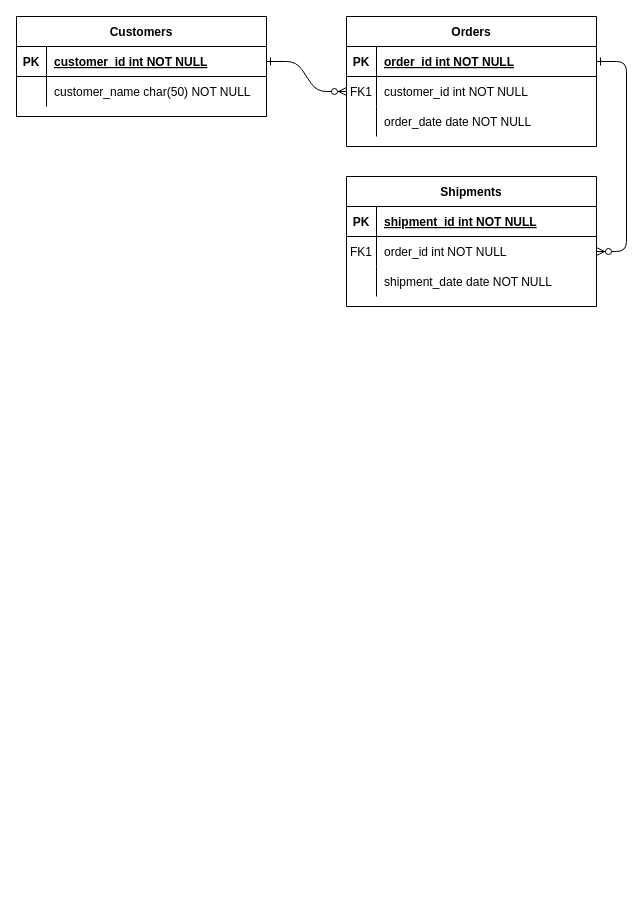
Earlier version of the draw.io diagram Untitled Diagram.drawio (SaadiahMK/Car-Dealer). Source tidied: cells renumbered, new cells numbered last; positions are measured from the earlier drawing's top-left corner, leaving out a move shared by most shapes. Both pictures are drawn from the tidied source at 100%, with x=0, y=0 at pixel (16, 16).
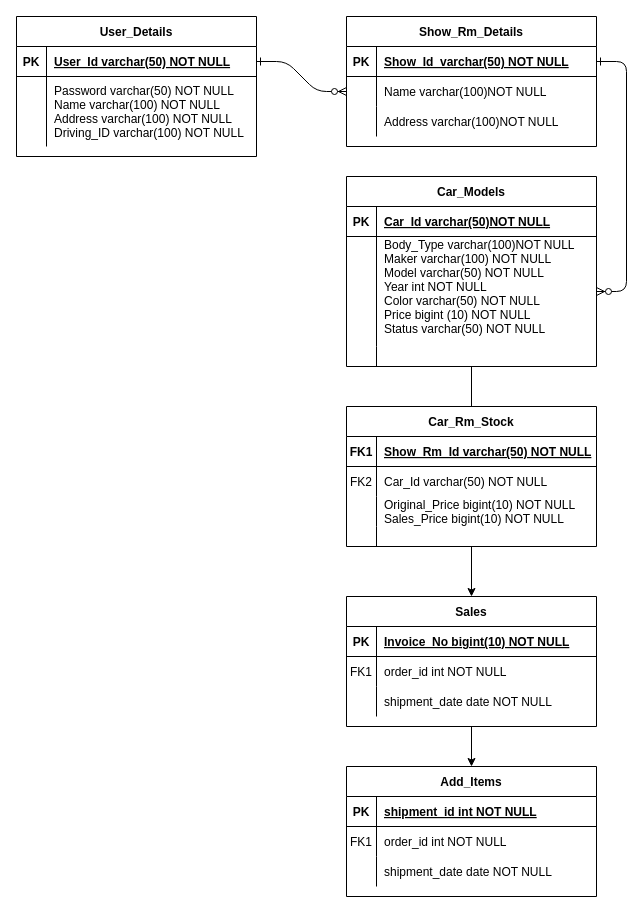
The same page after the edit.

The change refers to these unchanged cells:
```xml
<mxCell id="5" style="shape=partialRectangle;fillColor=none;points=[[0,0.5],[1,0.5]];portConstraint=eastwest;top=0;left=0;right=0;bottom=1;" parent="4" vertex="1">
  <mxGeometry y="30" width="250" height="30" as="geometry" />
</mxCell>
<mxCell id="8" style="shape=partialRectangle;fillColor=none;points=[[0,0.5],[1,0.5]];portConstraint=eastwest;top=0;left=0;right=0;bottom=0;" parent="4" vertex="1">
  <mxGeometry y="60" width="250" height="30" as="geometry" />
</mxCell>
<mxCell id="11" style="shape=partialRectangle;fillColor=none;top=0;left=0;right=0;bottom=0;" parent="4" vertex="1">
  <mxGeometry y="90" width="250" height="30" as="geometry" />
</mxCell>
<mxCell id="15" style="shape=partialRectangle;fillColor=none;top=0;left=0;right=0;bottom=1;" parent="14" vertex="1">
  <mxGeometry y="30" width="250" height="30" as="geometry" />
</mxCell>
```

Diff of the diagram source:
```diff
@@
-    <mxCell id="4" value="Orders" style="shape=table;startSize=30;childLayout=tableLayout;rowLines=0;fontStyle=1;align=center;" parent="1" vertex="1">
+    <mxCell id="4" value="Show_Rm_Details" style="shape=table;startSize=30;childLayout=tableLayout;rowLines=0;fontStyle=1;align=center;" parent="1" vertex="1">
       <mxGeometry x="330" width="250" height="130" as="geometry" />
     </mxCell>
@@
-    <mxCell id="7" value="order_id int NOT NULL " style="shape=partialRectangle;overflow=hidden;fillColor=none;top=0;left=0;bottom=0;right=0;align=left;spacingLeft=6;fontStyle=5;" parent="5" vertex="1">
+    <mxCell id="7" value="Show_Id  varchar(50) NOT NULL " style="shape=partialRectangle;overflow=hidden;fillColor=none;top=0;left=0;bottom=0;right=0;align=left;spacingLeft=6;fontStyle=5;" parent="5" vertex="1">
       <mxGeometry x="30" width="220" height="30" as="geometry" />
     </mxCell>
@@
-    <mxCell id="9" value="FK1" style="shape=partialRectangle;overflow=hidden;fillColor=none;top=0;left=0;bottom=0;right=0;" parent="8" vertex="1">
+    <mxCell id="9" style="shape=partialRectangle;overflow=hidden;fillColor=none;top=0;left=0;bottom=0;right=0;" parent="8" vertex="1">
       <mxGeometry width="30" height="30" as="geometry" />
     </mxCell>
-    <mxCell id="10" value="customer_id int NOT NULL" style="shape=partialRectangle;overflow=hidden;fillColor=none;top=0;left=0;bottom=0;right=0;align=left;spacingLeft=6;" parent="8" vertex="1">
+    <mxCell id="10" value="Name varchar(100)NOT NULL" style="shape=partialRectangle;overflow=hidden;fillColor=none;top=0;left=0;bottom=0;right=0;align=left;spacingLeft=6;" parent="8" vertex="1">
       <mxGeometry x="30" width="220" height="30" as="geometry" />
     </mxCell>
@@
-    <mxCell id="13" value="order_date date NOT NULL" style="shape=partialRectangle;overflow=hidden;fillColor=none;top=0;left=0;bottom=0;right=0;align=left;spacingLeft=6;" parent="11" vertex="1">
+    <mxCell id="13" value="Address varchar(100)NOT NULL" style="shape=partialRectangle;overflow=hidden;fillColor=none;top=0;left=0;bottom=0;right=0;align=left;spacingLeft=6;" parent="11" vertex="1">
       <mxGeometry x="30" width="220" height="30" as="geometry" />
     </mxCell>
+    <mxCell id="31" style="edgeStyle=none;rounded=0;jettySize=auto;html=1;exitX=0.5;exitY=1;exitDx=0;exitDy=0;" parent="1" edge="1" source="14">
+      <mxGeometry relative="1" as="geometry">
+        <mxPoint x="455" y="350" as="targetPoint" />
+      </mxGeometry>
+    </mxCell>
+    <mxCell id="32" style="rounded=0;jettySize=auto;html=1;" parent="1" edge="1" target="56">
+      <mxGeometry relative="1" as="geometry">
+        <mxPoint x="455" y="350" as="sourcePoint" />
+      </mxGeometry>
+    </mxCell>
-    <mxCell id="14" value="Shipments" style="shape=table;startSize=30;childLayout=tableLayout;rowLines=0;fontStyle=1;align=center;" parent="1" vertex="1">
-      <mxGeometry x="330" y="160" width="250" height="130" as="geometry" />
+    <mxCell id="14" value="Car_Models" style="shape=table;startSize=30;childLayout=tableLayout;rowLines=0;fontStyle=1;align=center;" parent="1" vertex="1">
+      <mxGeometry x="330" y="160" width="250" height="190" as="geometry" />
     </mxCell>
@@
-    <mxCell id="17" value="shipment_id int NOT NULL " style="shape=partialRectangle;overflow=hidden;fillColor=none;top=0;left=0;bottom=0;right=0;align=left;spacingLeft=6;fontStyle=5;" parent="15" vertex="1">
+    <mxCell id="17" value="Car_Id varchar(50)NOT NULL " style="shape=partialRectangle;overflow=hidden;fillColor=none;top=0;left=0;bottom=0;right=0;align=left;spacingLeft=6;fontStyle=5;" parent="15" vertex="1">
       <mxGeometry x="30" width="220" height="30" as="geometry" />
     </mxCell>
     <mxCell id="18" style="shape=partialRectangle;fillColor=none;points=[[0,0.5],[1,0.5]];portConstraint=eastwest;top=0;left=0;right=0;bottom=0;" parent="14" vertex="1">
-      <mxGeometry y="60" width="250" height="30" as="geometry" />
+      <mxGeometry y="60" width="250" height="110" as="geometry" />
     </mxCell>
-    <mxCell id="19" value="FK1" style="shape=partialRectangle;overflow=hidden;fillColor=none;top=0;left=0;bottom=0;right=0;" parent="18" vertex="1">
-      <mxGeometry width="30" height="30" as="geometry" />
+    <mxCell id="19" style="shape=partialRectangle;overflow=hidden;fillColor=none;top=0;left=0;bottom=0;right=0;" parent="18" vertex="1">
+      <mxGeometry width="30" height="110" as="geometry" />
     </mxCell>
-    <mxCell id="20" value="order_id int NOT NULL" style="shape=partialRectangle;overflow=hidden;fillColor=none;top=0;left=0;bottom=0;right=0;align=left;spacingLeft=6;" parent="18" vertex="1">
-      <mxGeometry x="30" width="220" height="30" as="geometry" />
+    <mxCell id="20" value="Body_Type varchar(100)NOT NULL&#10;Maker varchar(100) NOT NULL&#10;Model varchar(50) NOT NULL&#10;Year int NOT NULL&#10;Color varchar(50) NOT NULL&#10;Price bigint (10) NOT NULL&#10;Status varchar(50) NOT NULL&#10;&#10;&#10;" style="shape=partialRectangle;overflow=hidden;fillColor=none;top=0;left=0;bottom=0;right=0;align=left;spacingLeft=6;" parent="18" vertex="1">
+      <mxGeometry x="30" width="220" height="110" as="geometry" />
     </mxCell>
     <mxCell id="21" style="shape=partialRectangle;fillColor=none;top=0;left=0;right=0;bottom=0;" parent="14" vertex="1">
-      <mxGeometry y="90" width="250" height="30" as="geometry" />
+      <mxGeometry y="170" width="250" height="20" as="geometry" />
     </mxCell>
     <mxCell id="22" style="shape=partialRectangle;overflow=hidden;fillColor=none;top=0;left=0;bottom=0;right=0;" parent="21" vertex="1">
-      <mxGeometry width="30" height="30" as="geometry" />
+      <mxGeometry width="30" height="20" as="geometry" />
     </mxCell>
-    <mxCell id="23" value="shipment_date date NOT NULL" style="shape=partialRectangle;overflow=hidden;fillColor=none;top=0;left=0;bottom=0;right=0;align=left;spacingLeft=6;" parent="21" vertex="1">
-      <mxGeometry x="30" width="220" height="30" as="geometry" />
+    <mxCell id="23" style="shape=partialRectangle;overflow=hidden;fillColor=none;top=0;left=0;bottom=0;right=0;align=left;spacingLeft=6;" parent="21" vertex="1">
+      <mxGeometry x="30" width="220" height="20" as="geometry" />
     </mxCell>
-    <mxCell id="24" value="Customers" style="shape=table;startSize=30;childLayout=tableLayout;rowLines=0;fontStyle=1;align=center;" parent="1" vertex="1">
-      <mxGeometry width="250" height="100" as="geometry" />
+    <mxCell id="24" value="User_Details" style="shape=table;startSize=30;childLayout=tableLayout;rowLines=0;fontStyle=1;align=center;" parent="1" vertex="1">
+      <mxGeometry width="240" height="140" as="geometry" />
     </mxCell>
     <mxCell id="25" style="shape=partialRectangle;fillColor=none;points=[[0,0.5],[1,0.5]];portConstraint=eastwest;top=0;left=0;right=0;bottom=1;" parent="24" vertex="1">
-      <mxGeometry y="30" width="250" height="30" as="geometry" />
+      <mxGeometry y="30" width="240" height="30" as="geometry" />
     </mxCell>
@@
-    <mxCell id="27" value="customer_id int NOT NULL " style="shape=partialRectangle;overflow=hidden;fillColor=none;top=0;left=0;bottom=0;right=0;align=left;spacingLeft=6;fontStyle=5;" parent="25" vertex="1">
-      <mxGeometry x="30" width="220" height="30" as="geometry" />
+    <mxCell id="27" value="User_Id varchar(50) NOT NULL" style="shape=partialRectangle;overflow=hidden;fillColor=none;top=0;left=0;bottom=0;right=0;align=left;spacingLeft=6;fontStyle=5;" parent="25" vertex="1">
+      <mxGeometry x="30" width="210" height="30" as="geometry" />
     </mxCell>
     <mxCell id="28" style="shape=partialRectangle;fillColor=none;top=0;left=0;right=0;bottom=0;" parent="24" vertex="1">
-      <mxGeometry y="60" width="250" height="30" as="geometry" />
+      <mxGeometry y="60" width="240" height="70" as="geometry" />
     </mxCell>
     <mxCell id="29" style="shape=partialRectangle;overflow=hidden;fillColor=none;top=0;left=0;bottom=0;right=0;" parent="28" vertex="1">
-      <mxGeometry width="30" height="30" as="geometry" />
+      <mxGeometry width="30" height="70" as="geometry" />
     </mxCell>
-    <mxCell id="30" value="customer_name char(50) NOT NULL" style="shape=partialRectangle;overflow=hidden;fillColor=none;top=0;left=0;bottom=0;right=0;align=left;spacingLeft=6;" parent="28" vertex="1">
-      <mxGeometry x="30" width="220" height="30" as="geometry" />
+    <mxCell id="30" value="Password varchar(50) NOT NULL&#10;Name varchar(100) NOT NULL&#10;Address varchar(100) NOT NULL&#10;Driving_ID varchar(100) NOT NULL" style="shape=partialRectangle;overflow=hidden;fillColor=none;top=0;left=0;bottom=0;right=0;align=left;spacingLeft=6;" parent="28" vertex="1">
+      <mxGeometry x="30" width="210" height="70" as="geometry" />
     </mxCell>
+    <mxCell id="33" style="edgeStyle=none;rounded=0;jettySize=auto;html=1;" parent="1" edge="1" source="34">
+      <mxGeometry relative="1" as="geometry">
+        <mxPoint x="455" y="750" as="targetPoint" />
+      </mxGeometry>
+    </mxCell>
+    <mxCell id="34" value="Sales" style="shape=table;startSize=30;childLayout=tableLayout;rowLines=0;fontStyle=1;align=center;" parent="1" vertex="1">
+      <mxGeometry x="330" y="580" width="250" height="130" as="geometry" />
+    </mxCell>
+    <mxCell id="35" style="shape=partialRectangle;fillColor=none;top=0;left=0;right=0;bottom=1;" parent="34" vertex="1">
+      <mxGeometry y="30" width="250" height="30" as="geometry" />
+    </mxCell>
+    <mxCell id="36" value="PK" style="shape=partialRectangle;overflow=hidden;fillColor=none;top=0;left=0;bottom=0;right=0;fontStyle=1;" parent="35" vertex="1">
+      <mxGeometry width="30" height="30" as="geometry" />
+    </mxCell>
+    <mxCell id="37" value="Invoice_No bigint(10) NOT NULL" style="shape=partialRectangle;overflow=hidden;fillColor=none;top=0;left=0;bottom=0;right=0;align=left;spacingLeft=6;fontStyle=5;" parent="35" vertex="1">
+      <mxGeometry x="30" width="220" height="30" as="geometry" />
+    </mxCell>
+    <mxCell id="38" style="shape=partialRectangle;fillColor=none;top=0;left=0;right=0;bottom=0;" parent="34" vertex="1">
+      <mxGeometry y="60" width="250" height="30" as="geometry" />
+    </mxCell>
+    <mxCell id="39" value="FK1" style="shape=partialRectangle;overflow=hidden;fillColor=none;top=0;left=0;bottom=0;right=0;" parent="38" vertex="1">
+      <mxGeometry width="30" height="30" as="geometry" />
+    </mxCell>
+    <mxCell id="40" value="order_id int NOT NULL" style="shape=partialRectangle;overflow=hidden;fillColor=none;top=0;left=0;bottom=0;right=0;align=left;spacingLeft=6;" parent="38" vertex="1">
+      <mxGeometry x="30" width="220" height="30" as="geometry" />
+    </mxCell>
+    <mxCell id="41" style="shape=partialRectangle;fillColor=none;top=0;left=0;right=0;bottom=0;" parent="34" vertex="1">
+      <mxGeometry y="90" width="250" height="30" as="geometry" />
+    </mxCell>
+    <mxCell id="42" style="shape=partialRectangle;overflow=hidden;fillColor=none;top=0;left=0;bottom=0;right=0;" parent="41" vertex="1">
+      <mxGeometry width="30" height="30" as="geometry" />
+    </mxCell>
+    <mxCell id="43" value="shipment_date date NOT NULL" style="shape=partialRectangle;overflow=hidden;fillColor=none;top=0;left=0;bottom=0;right=0;align=left;spacingLeft=6;" parent="41" vertex="1">
+      <mxGeometry x="30" width="220" height="30" as="geometry" />
+    </mxCell>
+    <mxCell id="44" value="Add_Items" style="shape=table;startSize=30;childLayout=tableLayout;rowLines=0;fontStyle=1;align=center;" parent="1" vertex="1">
+      <mxGeometry x="330" y="750" width="250" height="130" as="geometry" />
+    </mxCell>
+    <mxCell id="45" style="shape=partialRectangle;fillColor=none;top=0;left=0;right=0;bottom=1;" parent="44" vertex="1">
+      <mxGeometry y="30" width="250" height="30" as="geometry" />
+    </mxCell>
+    <mxCell id="46" value="PK" style="shape=partialRectangle;overflow=hidden;fillColor=none;top=0;left=0;bottom=0;right=0;fontStyle=1;" parent="45" vertex="1">
+      <mxGeometry width="30" height="30" as="geometry" />
+    </mxCell>
+    <mxCell id="47" value="shipment_id int NOT NULL " style="shape=partialRectangle;overflow=hidden;fillColor=none;top=0;left=0;bottom=0;right=0;align=left;spacingLeft=6;fontStyle=5;" parent="45" vertex="1">
+      <mxGeometry x="30" width="220" height="30" as="geometry" />
+    </mxCell>
+    <mxCell id="48" style="shape=partialRectangle;fillColor=none;top=0;left=0;right=0;bottom=0;" parent="44" vertex="1">
+      <mxGeometry y="60" width="250" height="30" as="geometry" />
+    </mxCell>
+    <mxCell id="49" value="FK1" style="shape=partialRectangle;overflow=hidden;fillColor=none;top=0;left=0;bottom=0;right=0;" parent="48" vertex="1">
+      <mxGeometry width="30" height="30" as="geometry" />
+    </mxCell>
+    <mxCell id="50" value="order_id int NOT NULL" style="shape=partialRectangle;overflow=hidden;fillColor=none;top=0;left=0;bottom=0;right=0;align=left;spacingLeft=6;" parent="48" vertex="1">
+      <mxGeometry x="30" width="220" height="30" as="geometry" />
+    </mxCell>
+    <mxCell id="51" style="shape=partialRectangle;fillColor=none;top=0;left=0;right=0;bottom=0;" parent="44" vertex="1">
+      <mxGeometry y="90" width="250" height="30" as="geometry" />
+    </mxCell>
+    <mxCell id="52" style="shape=partialRectangle;overflow=hidden;fillColor=none;top=0;left=0;bottom=0;right=0;" parent="51" vertex="1">
+      <mxGeometry width="30" height="30" as="geometry" />
+    </mxCell>
+    <mxCell id="53" value="shipment_date date NOT NULL" style="shape=partialRectangle;overflow=hidden;fillColor=none;top=0;left=0;bottom=0;right=0;align=left;spacingLeft=6;" parent="51" vertex="1">
+      <mxGeometry x="30" width="220" height="30" as="geometry" />
+    </mxCell>
+    <mxCell id="54" style="edgeStyle=none;rounded=0;jettySize=auto;html=1;" parent="1" edge="1" source="55">
+      <mxGeometry relative="1" as="geometry">
+        <mxPoint x="455" y="580" as="targetPoint" />
+      </mxGeometry>
+    </mxCell>
+    <mxCell id="55" value="Car_Rm_Stock" style="shape=table;startSize=30;childLayout=tableLayout;rowLines=0;fontStyle=1;align=center;" parent="1" vertex="1">
+      <mxGeometry x="330" y="390" width="250" height="140" as="geometry" />
+    </mxCell>
+    <mxCell id="56" style="shape=partialRectangle;fillColor=none;points=[[0,0.5],[1,0.5]];portConstraint=eastwest;top=0;left=0;right=0;bottom=1;" parent="55" vertex="1">
+      <mxGeometry y="30" width="250" height="30" as="geometry" />
+    </mxCell>
+    <mxCell id="57" value="FK1" style="shape=partialRectangle;overflow=hidden;fillColor=none;top=0;left=0;bottom=0;right=0;fontStyle=1;" parent="56" vertex="1">
+      <mxGeometry width="30" height="30" as="geometry" />
+    </mxCell>
+    <mxCell id="58" value="Show_Rm_Id varchar(50) NOT NULL" style="shape=partialRectangle;overflow=hidden;fillColor=none;top=0;left=0;bottom=0;right=0;align=left;spacingLeft=6;fontStyle=5;" parent="56" vertex="1">
+      <mxGeometry x="30" width="220" height="30" as="geometry" />
+    </mxCell>
+    <mxCell id="59" style="shape=partialRectangle;fillColor=none;top=0;left=0;right=0;bottom=0;" parent="55" vertex="1">
+      <mxGeometry y="60" width="250" height="30" as="geometry" />
+    </mxCell>
+    <mxCell id="60" value="FK2" style="shape=partialRectangle;overflow=hidden;fillColor=none;top=0;left=0;bottom=0;right=0;" parent="59" vertex="1">
+      <mxGeometry width="30" height="30" as="geometry" />
+    </mxCell>
+    <mxCell id="61" value="Car_Id varchar(50) NOT NULL" style="shape=partialRectangle;overflow=hidden;fillColor=none;top=0;left=0;bottom=0;right=0;align=left;spacingLeft=6;" parent="59" vertex="1">
+      <mxGeometry x="30" width="220" height="30" as="geometry" />
+    </mxCell>
+    <mxCell id="62" style="shape=partialRectangle;fillColor=none;top=0;left=0;right=0;bottom=0;" parent="55" vertex="1">
+      <mxGeometry y="90" width="250" height="30" as="geometry" />
+    </mxCell>
+    <mxCell id="63" style="shape=partialRectangle;overflow=hidden;fillColor=none;top=0;left=0;bottom=0;right=0;" parent="62" vertex="1">
+      <mxGeometry width="30" height="30" as="geometry" />
+    </mxCell>
+    <mxCell id="64" value="Original_Price bigint(10) NOT NULL&#10;Sales_Price bigint(10) NOT NULL" style="shape=partialRectangle;overflow=hidden;fillColor=none;top=0;left=0;bottom=0;right=0;align=left;spacingLeft=6;" parent="62" vertex="1">
+      <mxGeometry x="30" width="220" height="30" as="geometry" />
+    </mxCell>
+    <mxCell id="65" style="shape=partialRectangle;fillColor=none;top=0;left=0;right=0;bottom=0;" parent="55" vertex="1">
+      <mxGeometry y="120" width="250" height="20" as="geometry" />
+    </mxCell>
+    <mxCell id="66" style="shape=partialRectangle;overflow=hidden;fillColor=none;top=0;left=0;bottom=0;right=0;" parent="65" vertex="1">
+      <mxGeometry width="30" height="20" as="geometry" />
+    </mxCell>
+    <mxCell id="67" style="shape=partialRectangle;overflow=hidden;fillColor=none;top=0;left=0;bottom=0;right=0;align=left;spacingLeft=6;" parent="65" vertex="1">
+      <mxGeometry x="30" width="220" height="20" as="geometry" />
+    </mxCell>
```
